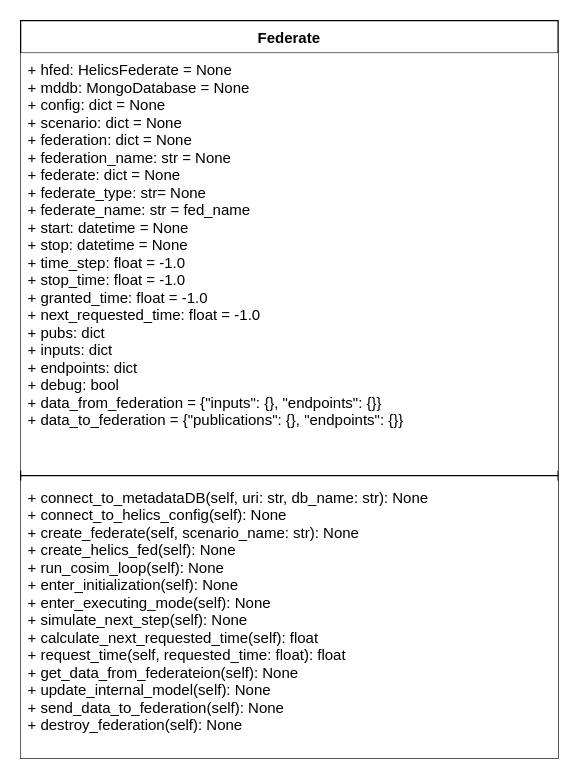
Before: docs/images/federate_class_diagram.drawio in pnnl/cst, a draw.io diagram. Source tidied: cells renumbered, new cells numbered last; positions are measured from the earlier drawing's top-left corner, leaving out a move shared by most shapes. Both pictures are drawn from the tidied source at 125%, with x=0, y=0 at pixel (20, 20).
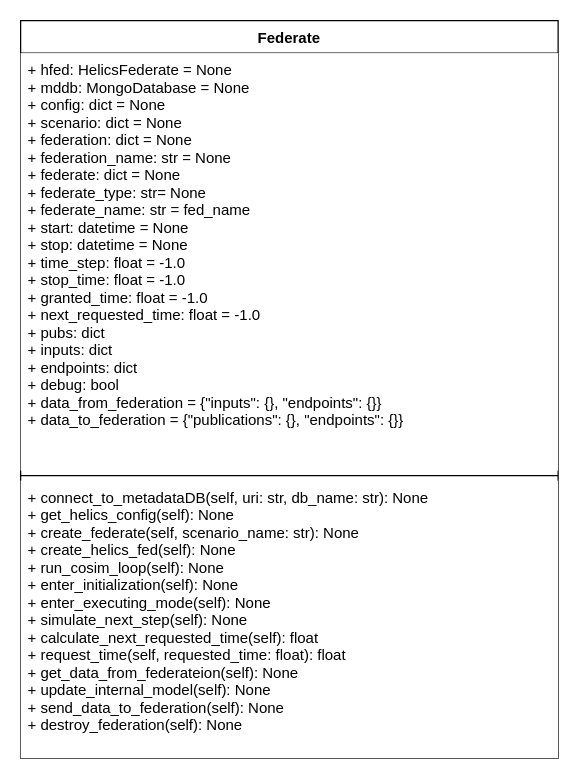
The same diagram, later.

Commit message (it also covers changes not shown here):
Update inline docs and add minor name changes

The edit, as a diff of the source:
```diff
@@
 <mxGraphModel>
   <root>
     <mxCell id="0" />
     <mxCell id="1" parent="0" />
     <mxCell id="2" value="Federate" style="swimlane;fontStyle=1;align=center;verticalAlign=top;horizontal=1;startSize=26;" parent="1" vertex="1">
       <mxGeometry width="430" height="590" as="geometry" />
     </mxCell>
     <mxCell id="3" value="+ hfed: HelicsFederate = None&#10;+ mddb: MongoDatabase = None&#10;+ config: dict = None&#10;+ scenario: dict = None&#10;+ federation: dict = None&#10;+ federation_name: str = None&#10;+ federate: dict = None&#10;+ federate_type: str= None&#10;+ federate_name: str = fed_name&#10;+ start: datetime = None&#10;+ stop: datetime = None&#10;+ time_step: float = -1.0&#10;+ stop_time: float = -1.0&#10;+ granted_time: float = -1.0&#10;+ next_requested_time: float = -1.0&#10;+ pubs: dict&#10;+ inputs: dict&#10;+ endpoints: dict&#10;+ debug: bool&#10;+ data_from_federation = {&quot;inputs&quot;: {}, &quot;endpoints&quot;: {}}&#10;+ data_to_federation = {&quot;publications&quot;: {}, &quot;endpoints&quot;: {}}&#10;&#10;&#10;" style="text;strokeColor=none;fillColor=#FFFFFF;align=left;verticalAlign=top;spacingLeft=4;spacingRight=4;overflow=hidden;fontColor=#000000;labelBackgroundColor=#ffffff;" parent="2" vertex="1">
       <mxGeometry y="26" width="430" height="334" as="geometry" />
     </mxCell>
     <mxCell id="4" style="line;strokeWidth=1;fillColor=none;align=left;verticalAlign=middle;spacingTop=-1;spacingLeft=3;spacingRight=3;labelPosition=right;strokeColor=inherit;" parent="2" vertex="1">
       <mxGeometry y="360" width="430" height="8" as="geometry" />
     </mxCell>
-    <mxCell id="5" value="+ connect_to_metadataDB(self, uri: str, db_name: str): None&#10;+ connect_to_helics_config(self): None&#10;+ create_federate(self, scenario_name: str): None&#10;+ create_helics_fed(self): None&#10;+ run_cosim_loop(self): None&#10;+ enter_initialization(self): None&#10;+ enter_executing_mode(self): None&#10;+ simulate_next_step(self): None&#10;+ calculate_next_requested_time(self): float&#10;+ request_time(self, requested_time: float): float&#10;+ get_data_from_federateion(self): None&#10;+ update_internal_model(self): None&#10;+ send_data_to_federation(self): None&#10;+ destroy_federation(self): None" style="text;strokeColor=none;fillColor=#FFFFFF;align=left;verticalAlign=top;spacingLeft=4;spacingRight=4;overflow=hidden;fontColor=#000000;labelBackgroundColor=#ffffff;" parent="2" vertex="1">
+    <mxCell id="5" value="+ connect_to_metadataDB(self, uri: str, db_name: str): None&#10;+ get_helics_config(self): None&#10;+ create_federate(self, scenario_name: str): None&#10;+ create_helics_fed(self): None&#10;+ run_cosim_loop(self): None&#10;+ enter_initialization(self): None&#10;+ enter_executing_mode(self): None&#10;+ simulate_next_step(self): None&#10;+ calculate_next_requested_time(self): float&#10;+ request_time(self, requested_time: float): float&#10;+ get_data_from_federateion(self): None&#10;+ update_internal_model(self): None&#10;+ send_data_to_federation(self): None&#10;+ destroy_federation(self): None" style="text;strokeColor=none;fillColor=#FFFFFF;align=left;verticalAlign=top;spacingLeft=4;spacingRight=4;overflow=hidden;fontColor=#000000;labelBackgroundColor=#ffffff;" parent="2" vertex="1">
       <mxGeometry y="368" width="430" height="222" as="geometry" />
     </mxCell>
   </root>
 </mxGraphModel>
```
